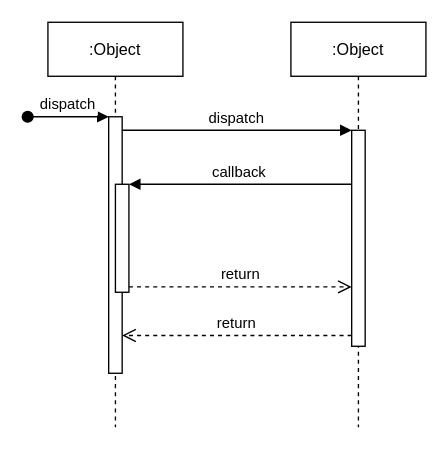
This is Untitled Diagram.drawio from luxas/special-computing-machine, a draw.io file, before an edit. Source tidied: cells renumbered, new cells numbered last; positions are measured from the earlier drawing's top-left corner, leaving out a move shared by most shapes. Both pictures are drawn from the tidied source at 135%, with x=0, y=0 at pixel (27, 22).
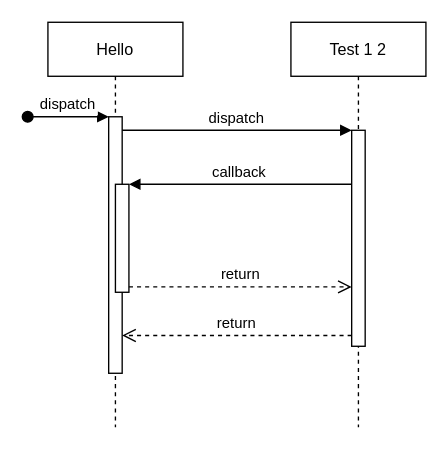
The same diagram, later.

Change to the diagram source:
```diff
@@
 <mxGraphModel>
   <root>
     <mxCell id="0" />
     <mxCell id="1" parent="0" />
-    <mxCell id="2" value=":Object" style="shape=umlLifeline;perimeter=lifelinePerimeter;rounded=0;shadow=0;strokeWidth=1;" parent="1" vertex="1">
+    <mxCell id="2" value="Hello" style="shape=umlLifeline;perimeter=lifelinePerimeter;rounded=0;shadow=0;strokeWidth=1;" parent="1" vertex="1">
       <mxGeometry x="15" width="100" height="300" as="geometry" />
     </mxCell>
     <mxCell id="3" style="points=[];perimeter=orthogonalPerimeter;rounded=0;shadow=0;strokeWidth=1;" parent="2" vertex="1">
       <mxGeometry x="45" y="70" width="10" height="190" as="geometry" />
     </mxCell>
     <mxCell id="4" value="dispatch" style="verticalAlign=bottom;startArrow=oval;endArrow=block;startSize=8;shadow=0;strokeWidth=1;" parent="2" edge="1" target="3">
       <mxGeometry relative="1" as="geometry">
         <mxPoint x="-15" y="70" as="sourcePoint" />
       </mxGeometry>
     </mxCell>
     <mxCell id="5" style="points=[];perimeter=orthogonalPerimeter;rounded=0;shadow=0;strokeWidth=1;" parent="2" vertex="1">
       <mxGeometry x="50" y="120" width="10" height="80" as="geometry" />
     </mxCell>
-    <mxCell id="6" value=":Object" style="shape=umlLifeline;perimeter=lifelinePerimeter;rounded=0;shadow=0;strokeWidth=1;" parent="1" vertex="1">
+    <mxCell id="6" value="Test 1 2" style="shape=umlLifeline;perimeter=lifelinePerimeter;rounded=0;shadow=0;strokeWidth=1;" parent="1" vertex="1">
       <mxGeometry x="195" width="100" height="300" as="geometry" />
     </mxCell>
     <mxCell id="7" style="points=[];perimeter=orthogonalPerimeter;rounded=0;shadow=0;strokeWidth=1;" parent="6" vertex="1">
       <mxGeometry x="45" y="80" width="10" height="160" as="geometry" />
     </mxCell>
     <mxCell id="8" value="return" style="verticalAlign=bottom;endArrow=open;dashed=1;endSize=8;exitX=0;exitY=0.95;shadow=0;strokeWidth=1;" parent="1" edge="1" source="7" target="3">
       <mxGeometry relative="1" as="geometry" />
     </mxCell>
     <mxCell id="9" value="dispatch" style="verticalAlign=bottom;endArrow=block;entryX=0;entryY=0;shadow=0;strokeWidth=1;" parent="1" edge="1" source="3" target="7">
       <mxGeometry relative="1" as="geometry" />
     </mxCell>
     <mxCell id="10" value="callback" style="verticalAlign=bottom;endArrow=block;entryX=1;entryY=0;shadow=0;strokeWidth=1;" parent="1" edge="1" source="7" target="5">
       <mxGeometry relative="1" as="geometry" />
     </mxCell>
     <mxCell id="11" value="return" style="verticalAlign=bottom;endArrow=open;dashed=1;endSize=8;exitX=1;exitY=0.95;shadow=0;strokeWidth=1;" parent="1" edge="1" source="5" target="7">
       <mxGeometry relative="1" as="geometry" />
     </mxCell>
   </root>
 </mxGraphModel>
```
